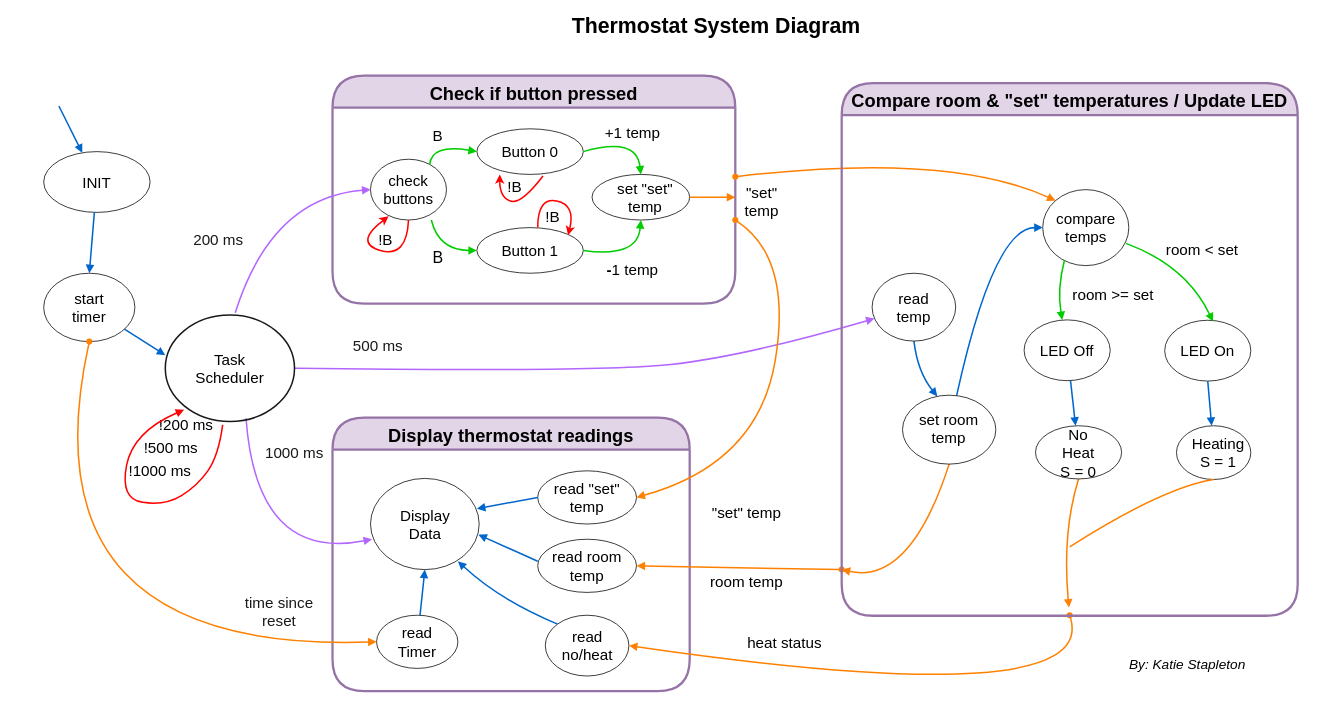
katiestapleton/embeddedSysThermostat keeps this draw.io diagram as CS350-FinalProjectdocumentation.drawio. Above is the earlier version. Source tidied: cells renumbered, new cells numbered last; positions are measured from the earlier drawing's top-left corner, leaving out a move shared by most shapes. Both pictures are drawn from the tidied source at 76%, with x=0, y=0 at pixel (13, 14).
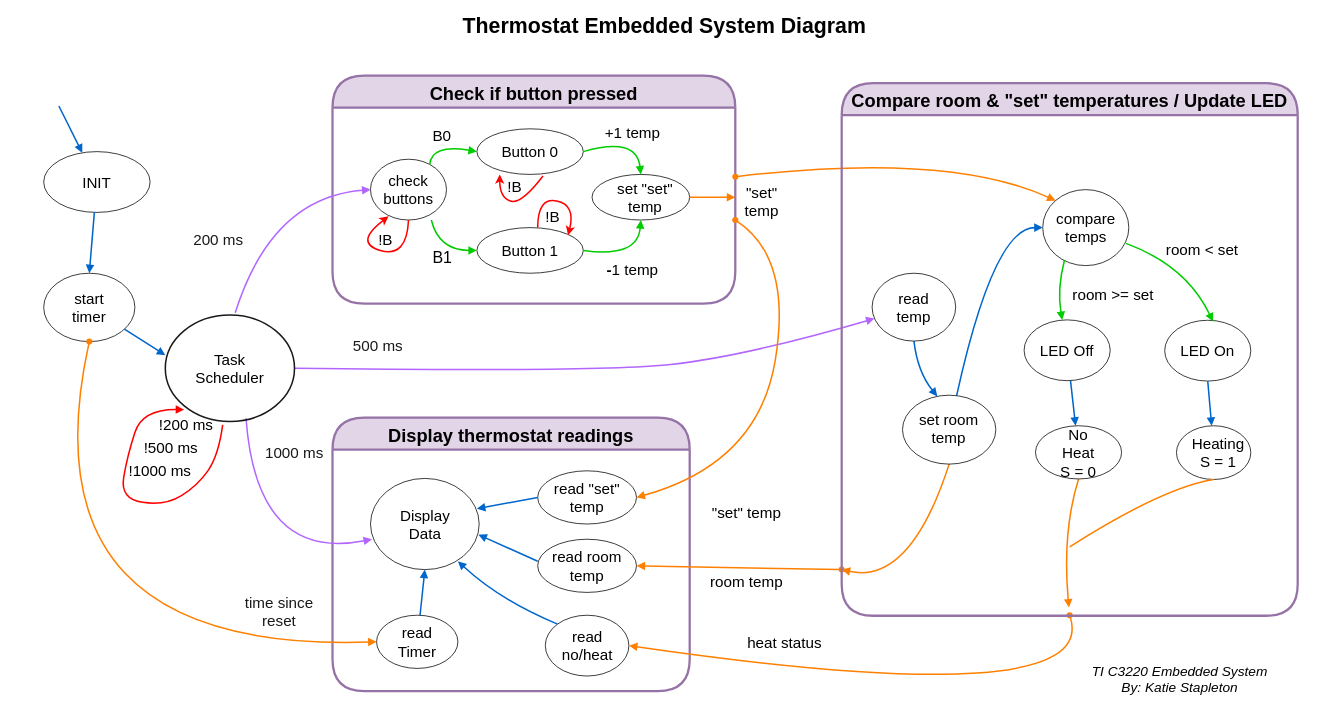
The same page after the edit.

The change refers to these unchanged cells:
```xml
<mxCell id="34" value="Check if button pressed" style="swimlane;fontSize=24;align=center;startSize=42;fillColor=#e1d5e7;strokeColor=#9673a6;rounded=1;shadow=0;sketch=0;glass=0;swimlaneFillColor=none;perimeterSpacing=2;strokeWidth=3;arcSize=34;" parent="33" vertex="1">
  <mxGeometry width="530" height="300" as="geometry" />
</mxCell>
<mxCell id="110" style="group;strokeWidth=1;strokeColor=none;" parent="1" vertex="1">
  <mxGeometry x="200" y="390" width="170" height="150" as="geometry" />
</mxCell>
```

Change to the diagram source:
```diff
@@
-    <mxCell id="7" value="&lt;font style=&quot;font-size: 28px&quot;&gt;Thermostat System Diagram&lt;/font&gt;" style="text;html=1;strokeColor=none;fillColor=none;align=center;verticalAlign=middle;whiteSpace=wrap;rounded=0;hachureGap=4;fontSize=24;fontStyle=1;" parent="1" vertex="1">
-      <mxGeometry x="710" width="430" height="30" as="geometry" />
+    <mxCell id="7" value="&lt;font style=&quot;font-size: 28px&quot;&gt;Thermostat Embedded System Diagram&lt;/font&gt;" style="text;html=1;strokeColor=none;fillColor=none;align=center;verticalAlign=middle;whiteSpace=wrap;rounded=0;hachureGap=4;fontSize=24;fontStyle=1;" parent="1" vertex="1">
+      <mxGeometry x="577" width="560" height="30" as="geometry" />
     </mxCell>
-    <mxCell id="8" value="By: Katie Stapleton" style="text;html=1;strokeColor=none;fillColor=none;align=center;verticalAlign=middle;whiteSpace=wrap;rounded=0;hachureGap=4;fontSize=18;fontStyle=2;" parent="1" vertex="1">
-      <mxGeometry x="1460" y="840" width="170" height="30" as="geometry" />
+    <mxCell id="8" value="TI C3220 Embedded System&lt;br&gt;By: Katie Stapleton" style="text;html=1;strokeColor=none;fillColor=none;align=center;verticalAlign=middle;whiteSpace=wrap;rounded=0;hachureGap=4;fontSize=18;fontStyle=2;" parent="1" vertex="1">
+      <mxGeometry x="1410" y="860" width="250" height="30" as="geometry" />
     </mxCell>
@@
-    <mxCell id="56" value="B" style="text;whiteSpace=wrap;html=1;fontSize=20;" parent="34" vertex="1">
+    <mxCell id="56" value="B0" style="text;whiteSpace=wrap;html=1;fontSize=20;" parent="34" vertex="1">
       <mxGeometry x="130" y="60" width="30" height="40" as="geometry" />
     </mxCell>
-    <mxCell id="57" value="B" style="text;whiteSpace=wrap;html=1;fontSize=21;" parent="34" vertex="1">
+    <mxCell id="57" value="B1" style="text;whiteSpace=wrap;html=1;fontSize=21;" parent="34" vertex="1">
       <mxGeometry x="130" y="220" width="30" height="40" as="geometry" />
     </mxCell>
@@
     <mxCell id="112" style="edgeStyle=none;curved=1;orthogonalLoop=1;jettySize=auto;html=1;fontSize=20;fontColor=#B266FF;startFill=0;endArrow=block;endFill=1;strokeColor=#FF0000;strokeWidth=2;entryX=0;entryY=1;entryDx=0;entryDy=0;" parent="110" edge="1">
       <mxGeometry relative="1" as="geometry">
         <mxPoint x="75.5" y="149.6" as="sourcePoint" />
         <mxPoint x="24.9" y="129.5" as="targetPoint" />
         <Array as="points">
           <mxPoint x="70" y="190" />
           <mxPoint x="42.5" y="229.4" />
           <mxPoint y="255.9" />
           <mxPoint x="-59.5" y="247.1" />
-          <mxPoint x="-42.5" y="158.8" />
+          <mxPoint x="-50" y="190" />
+          <mxPoint x="-30" y="129" />
         </Array>
       </mxGeometry>
     </mxCell>
```
